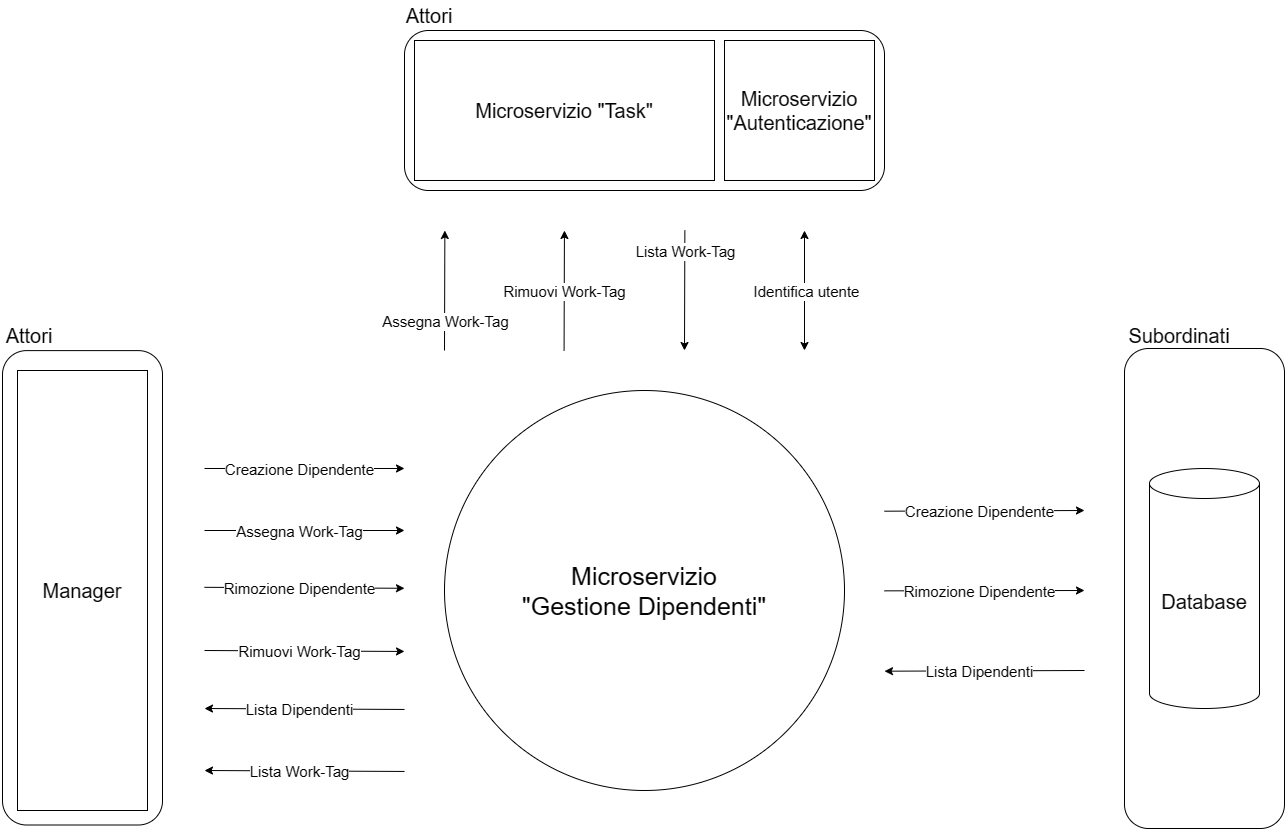
Earlier version of the draw.io export second-deliverable/images/Diagrammi_Contesto/Diagramma_Contesto_Dipendenti.png (IS-FixMi/Documentation-Source). Source tidied: cells renumbered, new cells last; positions are measured from the earlier drawing's top-left corner, leaving out a move shared by most shapes.
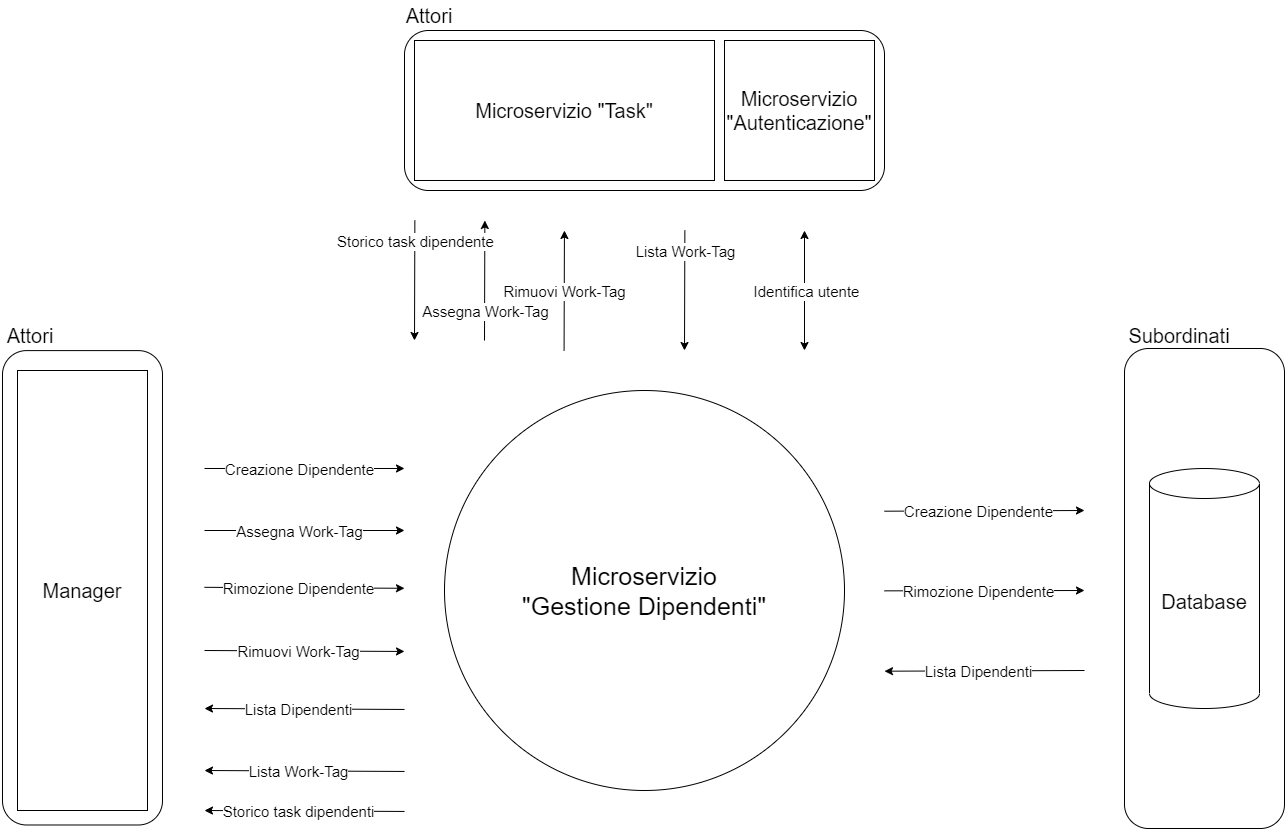
After the change.

Commit message:
Completate descrizioni UCD, Modificato diagramma di contesto

What changed in the source:
```diff
@@ -96,8 +96,8 @@
     </mxCell>
     <mxCell id="25" style="endArrow=none;html=1;rounded=0;startArrow=classic;startFill=1;endFill=0;" parent="1" edge="1">
       <mxGeometry relative="1" as="geometry">
-        <mxPoint x="599.4" y="230" as="sourcePoint" />
-        <mxPoint x="599" y="350" as="targetPoint" />
+        <mxPoint x="639.4" y="220" as="sourcePoint" />
+        <mxPoint x="639" y="340" as="targetPoint" />
       </mxGeometry>
     </mxCell>
     <mxCell id="26" value="&lt;font style=&quot;font-size: 15px;&quot;&gt;Assegna Work-Tag&lt;/font&gt;" style="edgeLabel;html=1;align=center;verticalAlign=middle;" parent="25" vertex="1">
@@ -160,5 +160,25 @@
     <mxCell id="38" value="&lt;font style=&quot;font-size: 15px;&quot;&gt;Lista Work-Tag&lt;br&gt;&lt;/font&gt;" style="edgeLabel;html=1;align=center;verticalAlign=middle;" parent="37" vertex="1">
       <mxGeometry x="-0.06" relative="1" as="geometry" />
     </mxCell>
+    <mxCell id="39" style="endArrow=classic;html=1;rounded=0;startArrow=none;startFill=0;endFill=1;" parent="1" edge="1">
+      <mxGeometry relative="1" as="geometry">
+        <mxPoint x="569.4" y="220" as="sourcePoint" />
+        <mxPoint x="569" y="340" as="targetPoint" />
+      </mxGeometry>
+    </mxCell>
+    <mxCell id="40" value="&lt;font style=&quot;font-size: 15px;&quot;&gt;Storico task dipendente&lt;br&gt;&lt;/font&gt;" style="edgeLabel;html=1;align=center;verticalAlign=middle;" parent="39" vertex="1">
+      <mxGeometry x="-0.04" y="1" relative="1" as="geometry">
+        <mxPoint x="-1" y="-37" as="offset" />
+      </mxGeometry>
+    </mxCell>
+    <mxCell id="41" style="endArrow=none;html=1;rounded=0;startArrow=classic;startFill=1;endFill=0;" parent="1" edge="1">
+      <mxGeometry relative="1" as="geometry">
+        <mxPoint x="359" y="810" as="sourcePoint" />
+        <mxPoint x="559" y="811" as="targetPoint" />
+      </mxGeometry>
+    </mxCell>
+    <mxCell id="42" value="&lt;font style=&quot;font-size: 15px;&quot;&gt;Storico task dipendenti&lt;br&gt;&lt;/font&gt;" style="edgeLabel;html=1;align=center;verticalAlign=middle;" parent="41" vertex="1">
+      <mxGeometry x="-0.06" relative="1" as="geometry" />
+    </mxCell>
   </root>
 </mxGraphModel>
```
